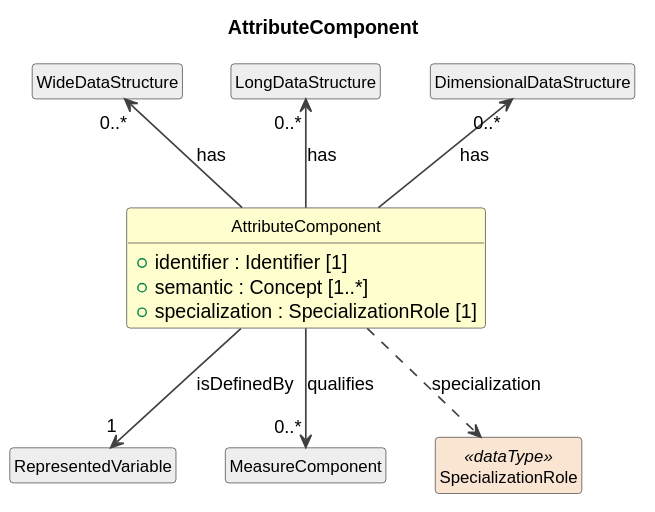
This is build/field-level-documentation/CDIFDataStructure/Classes/AttributeComponent.svg from Cross-Domain-Interoperability-Framework/metadataBuildingBlocks, a PlantUML export, as it was before one commit. Source of this version:
```plantuml
@startuml
title AttributeComponent
hide circle
hide empty members
skinparam shadowing false
skinparam ArrowThickness 1.2
skinparam class {
  ArrowColor #404040
  BorderColor #404040
  FontSize 12
}

class "AttributeComponent" as AttributeComponent #FEFECE {
  +identifier : Identifier [1]
  +semantic : Concept [1..*]
  +specialization : SpecializationRole [1]
}
class "WideDataStructure" as WideDataStructure #EEEEEE
WideDataStructure "0..*" <-- AttributeComponent : has
class "LongDataStructure" as LongDataStructure #EEEEEE
LongDataStructure "0..*" <-- AttributeComponent : has
class "DimensionalDataStructure" as DimensionalDataStructure #EEEEEE
DimensionalDataStructure "0..*" <-- AttributeComponent : has
class "RepresentedVariable" as RepresentedVariable #EEEEEE
AttributeComponent --> "1" RepresentedVariable : isDefinedBy
class "MeasureComponent" as MeasureComponent #EEEEEE
AttributeComponent --> "0..*" MeasureComponent : qualifies
class "SpecializationRole" as SpecializationRole <<dataType>> #FAE5D3
AttributeComponent ..> SpecializationRole : specialization
@enduml
```
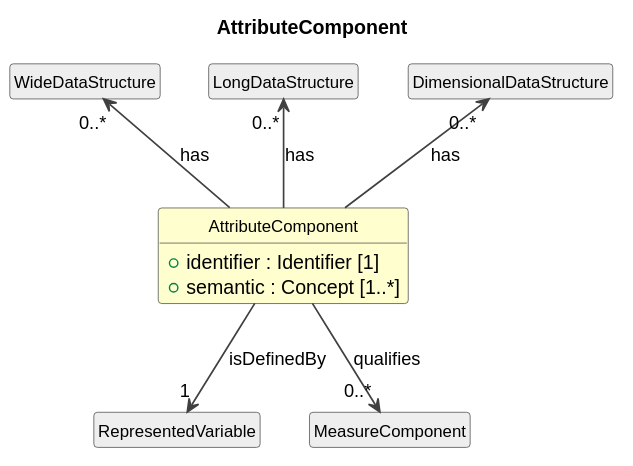
The same file after the commit.

Diff of the diagram source:
```diff
@@ -13,7 +13,6 @@
 class "AttributeComponent" as AttributeComponent #FEFECE {
   +identifier : Identifier [1]
   +semantic : Concept [1..*]
-  +specialization : SpecializationRole [1]
 }
 class "WideDataStructure" as WideDataStructure #EEEEEE
 WideDataStructure "0..*" <-- AttributeComponent : has
@@ -25,6 +24,4 @@
 AttributeComponent --> "1" RepresentedVariable : isDefinedBy
 class "MeasureComponent" as MeasureComponent #EEEEEE
 AttributeComponent --> "0..*" MeasureComponent : qualifies
-class "SpecializationRole" as SpecializationRole <<dataType>> #FAE5D3
-AttributeComponent ..> SpecializationRole : specialization
 @enduml
```
